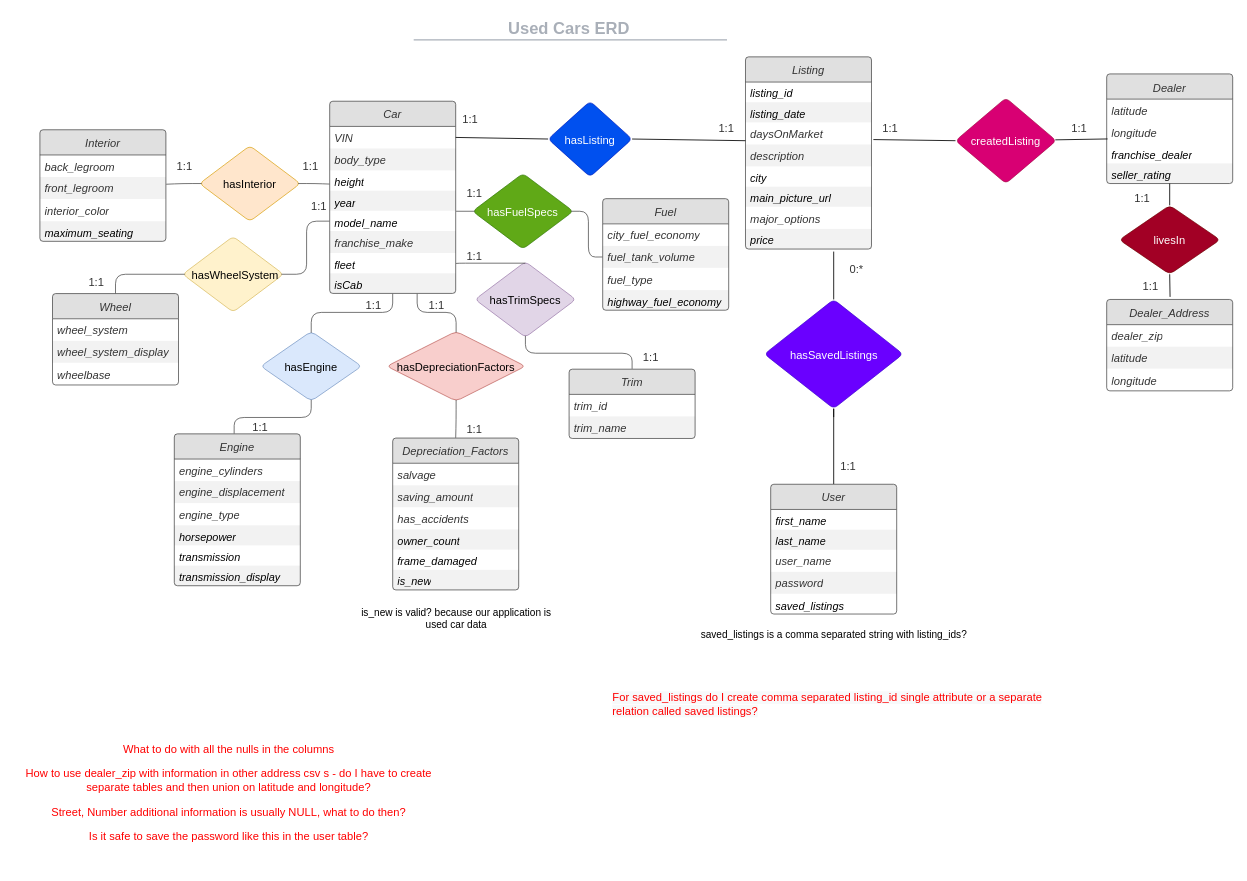
Before: ERD/ERD1.drawio in abmfocus4/UsedCars-db, a draw.io diagram. Source tidied: cells renumbered, new cells numbered last; positions are measured from the earlier drawing's top-left corner, leaving out a move shared by most shapes. Both pictures are drawn from the tidied source at 84%, with x=0, y=0 at pixel (14, 14).
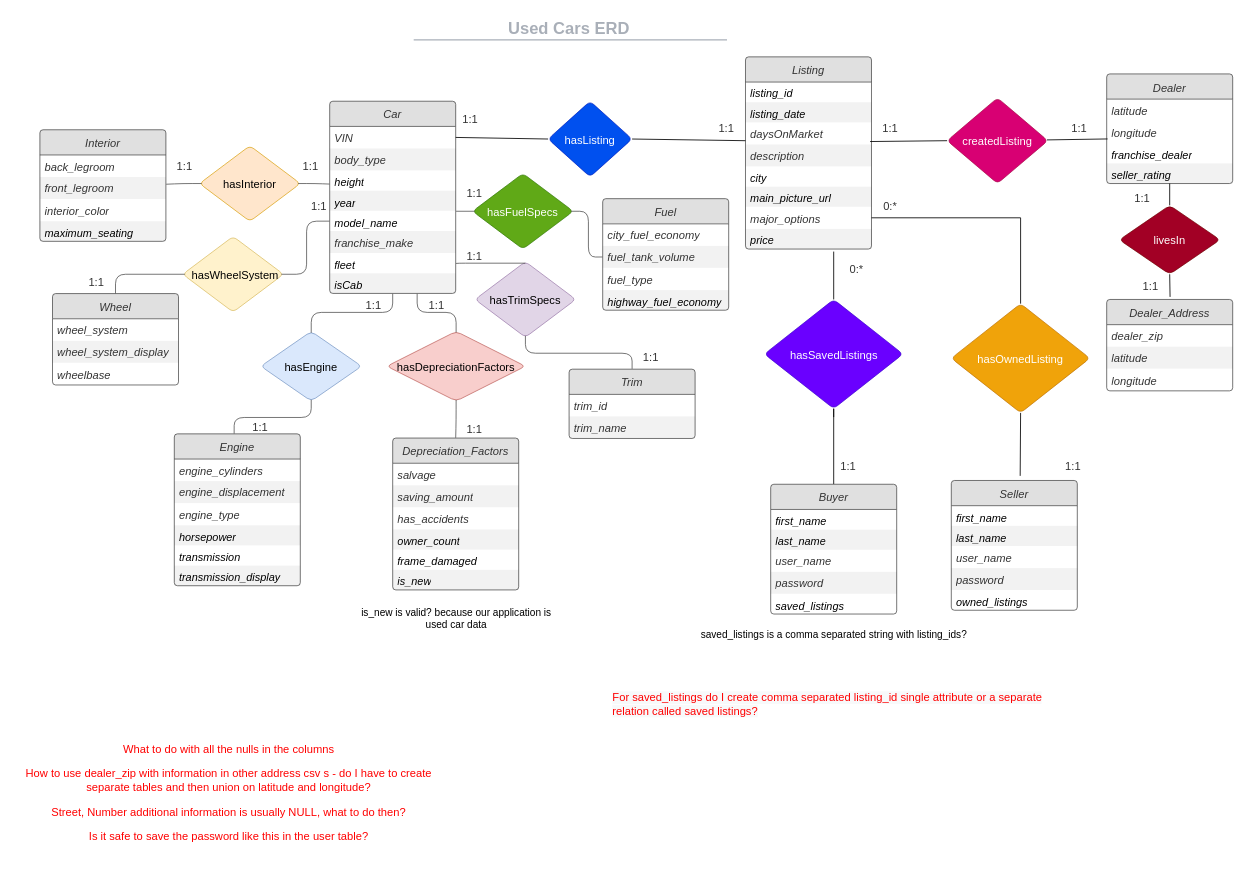
The same diagram, later.

Unchanged cells that the change refers to:
```xml
<mxCell id="13" value="Car" style="html=1;overflow=block;blockSpacing=1;whiteSpace=wrap;swimlane;horizontal=1;fontStyle=0;swimlaneFillColor=#ffffff;startSize=30;whiteSpace=wrap;fontSize=13.3;fontColor=#333333;fontStyle=2;align=center;spacingLeft=8.4;spacingRight=8.4;spacingTop=2.4;whiteSpace=wrap;fontFamily=Helvetica;spacing=3.6;strokeColor=#333333;strokeOpacity=100;fillOpacity=100;rounded=1;absoluteArcSize=1;arcSize=7.5;fillColor=#ffffff;strokeWidth=0.8;fillColor=#e0e0e0;" parent="1" vertex="1">
  <mxGeometry x="375" y="103" width="150" height="228.8" as="geometry" />
</mxCell>
<mxCell id="49" value="daysOnMarket&amp;nbsp;" style="strokeColor=none;align=left;verticalAlign=top;spacingLeft=4;spacingRight=4;overflow=hidden;points=[[0,0.5],[1,0.5]];portConstraint=eastwest;html=1;whiteSpace=wrap;swimlaneFillColor=#ffffff;fontSize=13.3;fontColor=#333333;fontStyle=2;fillColor=none;strokeOpacity=100;fillOpacity=100;" parent="46" vertex="1">
  <mxGeometry y="78" width="150" height="26.2" as="geometry" />
</mxCell>
<mxCell id="53" value="major_options" style="strokeColor=none;align=left;verticalAlign=top;spacingLeft=4;spacingRight=4;overflow=hidden;points=[[0,0.5],[1,0.5]];portConstraint=eastwest;html=1;whiteSpace=wrap;swimlaneFillColor=#ffffff;fontSize=13.3;fontColor=#333333;fontStyle=2;fillColor=none;strokeOpacity=100;fillOpacity=100;" parent="46" vertex="1">
  <mxGeometry y="178.5" width="150" height="26.2" as="geometry" />
</mxCell>
<mxCell id="55" value="Dealer_Address" style="html=1;overflow=block;blockSpacing=1;whiteSpace=wrap;swimlane;horizontal=1;fontStyle=0;swimlaneFillColor=#ffffff;startSize=30;whiteSpace=wrap;fontSize=13.3;fontColor=#333333;fontStyle=2;align=center;spacingLeft=8.4;spacingRight=8.4;spacingTop=2.4;whiteSpace=wrap;fontFamily=Helvetica;spacing=3.6;strokeColor=#333333;strokeOpacity=100;fillOpacity=100;rounded=1;absoluteArcSize=1;arcSize=7.5;fillColor=#ffffff;strokeWidth=0.8;fillColor=#e0e0e0;" parent="1" vertex="1">
  <mxGeometry x="1300" y="339" width="150" height="108.8" as="geometry" />
</mxCell>
<mxCell id="114" value="1:1" style="html=1;overflow=block;blockSpacing=1;whiteSpace=wrap;whiteSpace=wrap;fontSize=13.3;fontColor=#333333;align=center;spacingLeft=8.4;spacingRight=8.4;spacingTop=2.4;spacing=3.8;strokeOpacity=0;fillOpacity=0;rounded=1;absoluteArcSize=1;arcSize=12;fillColor=#ffffff;strokeWidth=0.8;" parent="1" vertex="1">
  <mxGeometry x="1020" y="111" width="45" height="45" as="geometry" />
</mxCell>
```

Change to the diagram source:
```diff
@@
-    <mxCell id="14" value="VIN" style="strokeColor=none;align=left;verticalAlign=top;spacingLeft=4;spacingRight=4;overflow=hidden;points=[[0,0.5],[1,0.5]];portConstraint=eastwest;html=1;whiteSpace=wrap;swimlaneFillColor=#ffffff;fontSize=13.3;fontColor=#333333;fontStyle=2;fillColor=none;strokeOpacity=100;fillOpacity=100;" parent="13" vertex="1">
+    <mxCell id="14" value="VIN&amp;nbsp;" style="strokeColor=none;align=left;verticalAlign=top;spacingLeft=4;spacingRight=4;overflow=hidden;points=[[0,0.5],[1,0.5]];portConstraint=eastwest;html=1;whiteSpace=wrap;swimlaneFillColor=#ffffff;fontSize=13.3;fontColor=#333333;fontStyle=2;fillColor=none;strokeOpacity=100;fillOpacity=100;" parent="13" vertex="1">
       <mxGeometry y="30" width="150" height="26.2" as="geometry" />
     </mxCell>
@@
-    <mxCell id="56" value="dealer_zip" style="strokeColor=none;align=left;verticalAlign=top;spacingLeft=4;spacingRight=4;overflow=hidden;html=1;whiteSpace=wrap;swimlaneFillColor=#ffffff;fontSize=13.3;fontColor=#333333;fontStyle=2;fillColor=none;strokeOpacity=100;fillOpacity=100;" parent="55" vertex="1">
+    <mxCell id="56" value="dealer_zip&amp;nbsp;" style="strokeColor=none;align=left;verticalAlign=top;spacingLeft=4;spacingRight=4;overflow=hidden;html=1;whiteSpace=wrap;swimlaneFillColor=#ffffff;fontSize=13.3;fontColor=#333333;fontStyle=2;fillColor=none;strokeOpacity=100;fillOpacity=100;" parent="55" vertex="1">
       <mxGeometry y="30" width="150" height="26.2" as="geometry" />
     </mxCell>
@@
-    <mxCell id="65" value="User" style="html=1;overflow=block;blockSpacing=1;whiteSpace=wrap;swimlane;horizontal=1;fontStyle=0;swimlaneFillColor=#ffffff;startSize=30;whiteSpace=wrap;fontSize=13.3;fontColor=#333333;fontStyle=2;align=center;spacingLeft=8.4;spacingRight=8.4;spacingTop=2.4;whiteSpace=wrap;fontFamily=Helvetica;spacing=3.6;strokeColor=#333333;strokeOpacity=100;fillOpacity=100;rounded=1;absoluteArcSize=1;arcSize=7.5;fillColor=#ffffff;strokeWidth=0.8;fillColor=#e0e0e0;" parent="1" vertex="1">
+    <mxCell id="65" value="Buyer" style="html=1;overflow=block;blockSpacing=1;whiteSpace=wrap;swimlane;horizontal=1;fontStyle=0;swimlaneFillColor=#ffffff;startSize=30;whiteSpace=wrap;fontSize=13.3;fontColor=#333333;fontStyle=2;align=center;spacingLeft=8.4;spacingRight=8.4;spacingTop=2.4;whiteSpace=wrap;fontFamily=Helvetica;spacing=3.6;strokeColor=#333333;strokeOpacity=100;fillOpacity=100;rounded=1;absoluteArcSize=1;arcSize=7.5;fillColor=#ffffff;strokeWidth=0.8;fillColor=#e0e0e0;" parent="1" vertex="1">
       <mxGeometry x="900" y="559" width="150" height="154.5" as="geometry" />
     </mxCell>
@@
-    <mxCell id="69" value="password" style="strokeColor=none;align=left;verticalAlign=top;spacingLeft=4;spacingRight=4;overflow=hidden;html=1;whiteSpace=wrap;swimlaneFillColor=#ffffff;fontSize=13.3;fontColor=#333333;fontStyle=2;fillColor=#000000;opacity=5;" parent="65" vertex="1">
+    <mxCell id="69" value="password&amp;nbsp;" style="strokeColor=none;align=left;verticalAlign=top;spacingLeft=4;spacingRight=4;overflow=hidden;html=1;whiteSpace=wrap;swimlaneFillColor=#ffffff;fontSize=13.3;fontColor=#333333;fontStyle=2;fillColor=#000000;opacity=5;" parent="65" vertex="1">
       <mxGeometry y="104.2" width="150" height="26.2" as="geometry" />
     </mxCell>
@@
-    <mxCell id="112" style="edgeStyle=none;rounded=0;jettySize=auto;html=1;exitX=0;exitY=0.5;exitDx=0;exitDy=0;entryX=1.015;entryY=0.781;entryDx=0;entryDy=0;entryPerimeter=0;endArrow=none;endFill=0;" parent="1" edge="1" source="113" target="49">
+    <mxCell id="112" style="edgeStyle=none;rounded=0;jettySize=auto;html=1;exitX=0;exitY=0.5;exitDx=0;exitDy=0;entryX=-0.037;entryY=0.889;entryDx=0;entryDy=0;endArrow=none;endFill=0;entryPerimeter=0;" parent="1" edge="1" source="113" target="114">
       <mxGeometry relative="1" as="geometry" />
     </mxCell>
     <mxCell id="113" value="createdListing" style="html=1;overflow=block;blockSpacing=1;whiteSpace=wrap;rhombus;whiteSpace=wrap;fontSize=13.3;fontColor=#ffffff;align=center;spacingLeft=8.4;spacingRight=8.4;spacingTop=2.4;spacing=3.8;strokeColor=#A50040;strokeOpacity=100;fillOpacity=100;rounded=1;absoluteArcSize=1;arcSize=12;fillColor=#d80073;strokeWidth=0.8;" parent="1" vertex="1">
-      <mxGeometry x="1120" y="99" width="120" height="102" as="geometry" />
+      <mxGeometry x="1110" y="99" width="120" height="102" as="geometry" />
     </mxCell>
@@
+    <mxCell id="125" value="Seller" style="html=1;overflow=block;blockSpacing=1;whiteSpace=wrap;swimlane;horizontal=1;fontStyle=0;swimlaneFillColor=#ffffff;startSize=30;whiteSpace=wrap;fontSize=13.3;fontColor=#333333;fontStyle=2;align=center;spacingLeft=8.4;spacingRight=8.4;spacingTop=2.4;whiteSpace=wrap;fontFamily=Helvetica;spacing=3.6;strokeColor=#333333;strokeOpacity=100;fillOpacity=100;rounded=1;absoluteArcSize=1;arcSize=7.5;fillColor=#ffffff;strokeWidth=0.8;fillColor=#e0e0e0;" parent="1" vertex="1">
+      <mxGeometry x="1115" y="554.5" width="150" height="154.5" as="geometry" />
+    </mxCell>
+    <mxCell id="126" value="first_name" style="strokeColor=none;align=left;verticalAlign=top;spacingLeft=4;spacingRight=4;overflow=hidden;html=1;whiteSpace=wrap;swimlaneFillColor=#ffffff;fontSize=13;fontStyle=2;fillColor=none;strokeOpacity=100;fillOpacity=100;" parent="125" vertex="1">
+      <mxGeometry y="30" width="150" height="24" as="geometry" />
+    </mxCell>
+    <mxCell id="127" value="last_name" style="strokeColor=none;align=left;verticalAlign=top;spacingLeft=4;spacingRight=4;overflow=hidden;html=1;whiteSpace=wrap;swimlaneFillColor=#ffffff;fontSize=13;fontStyle=2;fillColor=#000000;opacity=5;" parent="125" vertex="1">
+      <mxGeometry y="54" width="150" height="24" as="geometry" />
+    </mxCell>
+    <mxCell id="128" value="user_name" style="strokeColor=none;align=left;verticalAlign=top;spacingLeft=4;spacingRight=4;overflow=hidden;html=1;whiteSpace=wrap;swimlaneFillColor=#ffffff;fontSize=13.3;fontColor=#333333;fontStyle=2;fillColor=none;strokeOpacity=100;fillOpacity=100;" parent="125" vertex="1">
+      <mxGeometry y="78" width="150" height="26.2" as="geometry" />
+    </mxCell>
+    <mxCell id="129" value="password&amp;nbsp;" style="strokeColor=none;align=left;verticalAlign=top;spacingLeft=4;spacingRight=4;overflow=hidden;html=1;whiteSpace=wrap;swimlaneFillColor=#ffffff;fontSize=13.3;fontColor=#333333;fontStyle=2;fillColor=#000000;opacity=5;" parent="125" vertex="1">
+      <mxGeometry y="104.2" width="150" height="26.2" as="geometry" />
+    </mxCell>
+    <mxCell id="130" value="owned_listings" style="strokeColor=none;align=left;verticalAlign=top;spacingLeft=4;spacingRight=4;overflow=hidden;html=1;whiteSpace=wrap;swimlaneFillColor=#ffffff;fontSize=13;fontStyle=2;fillColor=none;strokeOpacity=100;fillOpacity=100;" parent="125" vertex="1">
+      <mxGeometry y="130.5" width="150" height="24" as="geometry" />
+    </mxCell>
+    <mxCell id="131" value="1:1" style="html=1;overflow=block;blockSpacing=1;whiteSpace=wrap;whiteSpace=wrap;fontSize=13.3;fontColor=#333333;align=center;spacingLeft=8.4;spacingRight=8.4;spacingTop=2.4;spacing=3.8;strokeOpacity=0;fillOpacity=0;rounded=1;absoluteArcSize=1;arcSize=12;fillColor=#ffffff;strokeWidth=0.8;" parent="1" vertex="1">
+      <mxGeometry x="1240" y="512" width="40" height="47" as="geometry" />
+    </mxCell>
+    <mxCell id="132" style="edgeStyle=orthogonalEdgeStyle;rounded=0;jettySize=auto;html=1;exitX=0.5;exitY=1;exitDx=0;exitDy=0;endArrow=none;endFill=0;" parent="1" edge="1" source="133">
+      <mxGeometry relative="1" as="geometry">
+        <mxPoint x="1197" y="549" as="targetPoint" />
+      </mxGeometry>
+    </mxCell>
+    <mxCell id="133" value="hasOwnedListing" style="html=1;overflow=block;blockSpacing=1;whiteSpace=wrap;rhombus;whiteSpace=wrap;fontSize=13.3;fontColor=#ffffff;align=center;spacingLeft=8.4;spacingRight=8.4;spacingTop=2.4;spacing=3.8;strokeColor=#BD7000;strokeOpacity=100;fillOpacity=100;rounded=1;absoluteArcSize=1;arcSize=12;fillColor=#f0a30a;strokeWidth=0.8;" parent="1" vertex="1">
+      <mxGeometry x="1115" y="344" width="165" height="130" as="geometry" />
+    </mxCell>
+    <mxCell id="134" style="edgeStyle=orthogonalEdgeStyle;rounded=0;jettySize=auto;html=1;exitX=1;exitY=0.5;exitDx=0;exitDy=0;entryX=0.5;entryY=0;entryDx=0;entryDy=0;endArrow=none;endFill=0;" parent="1" edge="1" source="53" target="133">
+      <mxGeometry relative="1" as="geometry" />
+    </mxCell>
+    <mxCell id="135" value="0:*" style="html=1;overflow=block;blockSpacing=1;whiteSpace=wrap;whiteSpace=wrap;fontSize=13.3;fontColor=#333333;align=center;spacingLeft=8.4;spacingRight=8.4;spacingTop=2.4;spacing=3.8;strokeOpacity=0;fillOpacity=0;rounded=1;absoluteArcSize=1;arcSize=12;fillColor=#ffffff;strokeWidth=0.8;" parent="1" vertex="1">
+      <mxGeometry x="1020" y="204" width="45" height="45" as="geometry" />
+    </mxCell>
```
